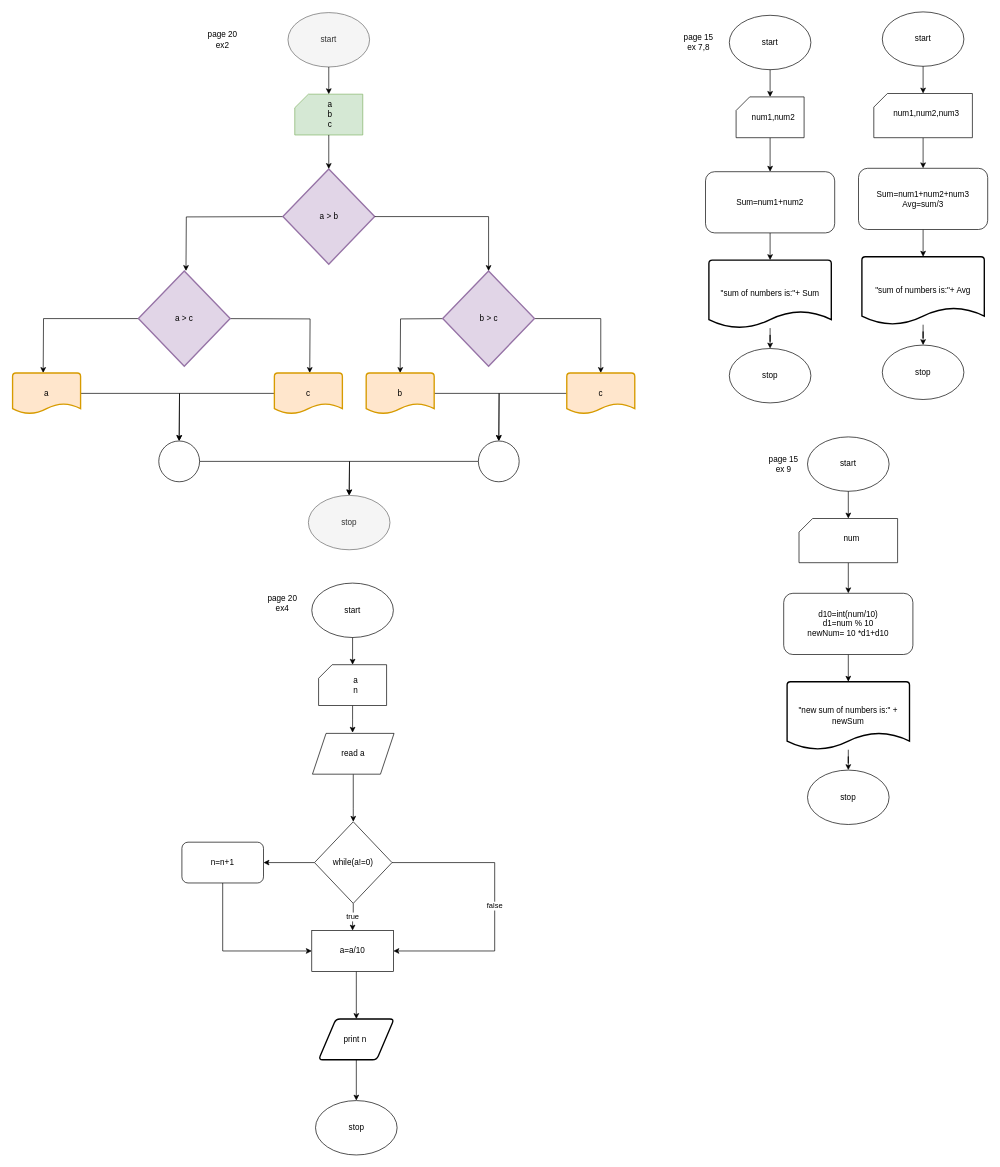
Above: HomeWorkPart2.drawio in ilansav25/test-repository (draw.io), before the change. Source tidied: cells renumbered, new cells numbered last; positions are measured from the earlier drawing's top-left corner, leaving out a move shared by most shapes. Both pictures are drawn from the tidied source at 68%, with x=0, y=0 at pixel (12, 12).
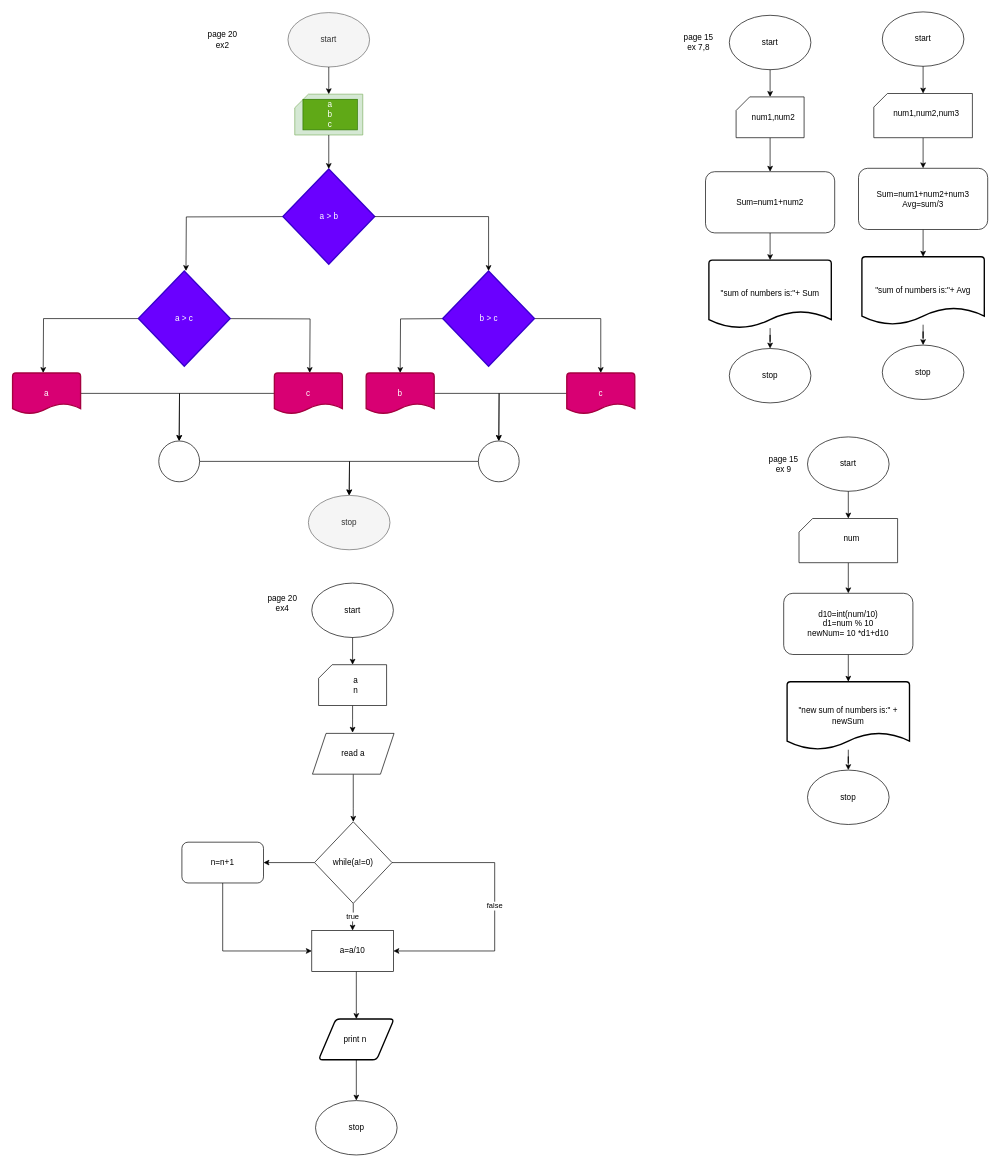
The same page after the edit.

Commit message:
homework-lession-part2-05_03_24

Change to the diagram source:
```diff
@@
-    <mxCell id="37" value="a&lt;div&gt;b&lt;/div&gt;&lt;div&gt;c&lt;/div&gt;" style="text;html=1;align=center;verticalAlign=middle;whiteSpace=wrap;rounded=0;" parent="1" vertex="1">
+    <mxCell id="37" value="a&lt;div&gt;b&lt;/div&gt;&lt;div&gt;c&lt;/div&gt;" style="text;html=1;align=center;verticalAlign=middle;whiteSpace=wrap;rounded=0;fillColor=#60a917;fontColor=#ffffff;strokeColor=#2D7600;" parent="1" vertex="1">
       <mxGeometry x="427" y="128.5" width="80" height="45" as="geometry" />
     </mxCell>
@@
-    <mxCell id="40" value="a &amp;gt; b" style="strokeWidth=2;html=1;shape=mxgraph.flowchart.decision;whiteSpace=wrap;fillColor=#e1d5e7;strokeColor=#9673a6;" parent="1" vertex="1">
+    <mxCell id="40" value="a &amp;gt; b" style="strokeWidth=2;html=1;shape=mxgraph.flowchart.decision;whiteSpace=wrap;fillColor=#6a00ff;strokeColor=#3700CC;fontColor=#ffffff;" parent="1" vertex="1">
       <mxGeometry x="397.5" y="231" width="135" height="140" as="geometry" />
     </mxCell>
@@
-    <mxCell id="44" value="a &amp;gt; c" style="strokeWidth=2;html=1;shape=mxgraph.flowchart.decision;whiteSpace=wrap;fillColor=#e1d5e7;strokeColor=#9673a6;" parent="1" vertex="1">
+    <mxCell id="44" value="a &amp;gt; c" style="strokeWidth=2;html=1;shape=mxgraph.flowchart.decision;whiteSpace=wrap;fillColor=#6a00ff;strokeColor=#3700CC;fontColor=#ffffff;" parent="1" vertex="1">
       <mxGeometry x="185" y="381" width="135" height="140" as="geometry" />
     </mxCell>
@@
-    <mxCell id="47" value="b &amp;gt; c" style="strokeWidth=2;html=1;shape=mxgraph.flowchart.decision;whiteSpace=wrap;fillColor=#e1d5e7;strokeColor=#9673a6;" parent="1" vertex="1">
+    <mxCell id="47" value="b &amp;gt; c" style="strokeWidth=2;html=1;shape=mxgraph.flowchart.decision;whiteSpace=wrap;fillColor=#6a00ff;strokeColor=#3700CC;fontColor=#ffffff;" parent="1" vertex="1">
       <mxGeometry x="632.5" y="381" width="135" height="140" as="geometry" />
     </mxCell>
@@
-    <mxCell id="50" value="c" style="strokeWidth=2;html=1;shape=mxgraph.flowchart.document2;whiteSpace=wrap;size=0.25;fillColor=#ffe6cc;strokeColor=#d79b00;" parent="1" vertex="1">
+    <mxCell id="50" value="c" style="strokeWidth=2;html=1;shape=mxgraph.flowchart.document2;whiteSpace=wrap;size=0.25;fillColor=#d80073;strokeColor=#A50040;fontColor=#ffffff;" parent="1" vertex="1">
       <mxGeometry x="815" y="531" width="100" height="60" as="geometry" />
     </mxCell>
@@
-    <mxCell id="52" value="b" style="strokeWidth=2;html=1;shape=mxgraph.flowchart.document2;whiteSpace=wrap;size=0.25;fillColor=#ffe6cc;strokeColor=#d79b00;" parent="1" vertex="1">
+    <mxCell id="52" value="b" style="strokeWidth=2;html=1;shape=mxgraph.flowchart.document2;whiteSpace=wrap;size=0.25;fillColor=#d80073;strokeColor=#A50040;fontColor=#ffffff;" parent="1" vertex="1">
       <mxGeometry x="520" y="531" width="100" height="60" as="geometry" />
     </mxCell>
@@
-    <mxCell id="54" value="c" style="strokeWidth=2;html=1;shape=mxgraph.flowchart.document2;whiteSpace=wrap;size=0.25;fillColor=#ffe6cc;strokeColor=#d79b00;" parent="1" vertex="1">
+    <mxCell id="54" value="c" style="strokeWidth=2;html=1;shape=mxgraph.flowchart.document2;whiteSpace=wrap;size=0.25;fillColor=#d80073;strokeColor=#A50040;fontColor=#ffffff;" parent="1" vertex="1">
       <mxGeometry x="385" y="531" width="100" height="60" as="geometry" />
     </mxCell>
@@
-    <mxCell id="56" value="a" style="strokeWidth=2;html=1;shape=mxgraph.flowchart.document2;whiteSpace=wrap;size=0.25;fillColor=#ffe6cc;strokeColor=#d79b00;" parent="1" vertex="1">
+    <mxCell id="56" value="a" style="strokeWidth=2;html=1;shape=mxgraph.flowchart.document2;whiteSpace=wrap;size=0.25;fillColor=#d80073;strokeColor=#A50040;fontColor=#ffffff;" parent="1" vertex="1">
       <mxGeometry y="531" width="100" height="60" as="geometry" />
     </mxCell>
```
